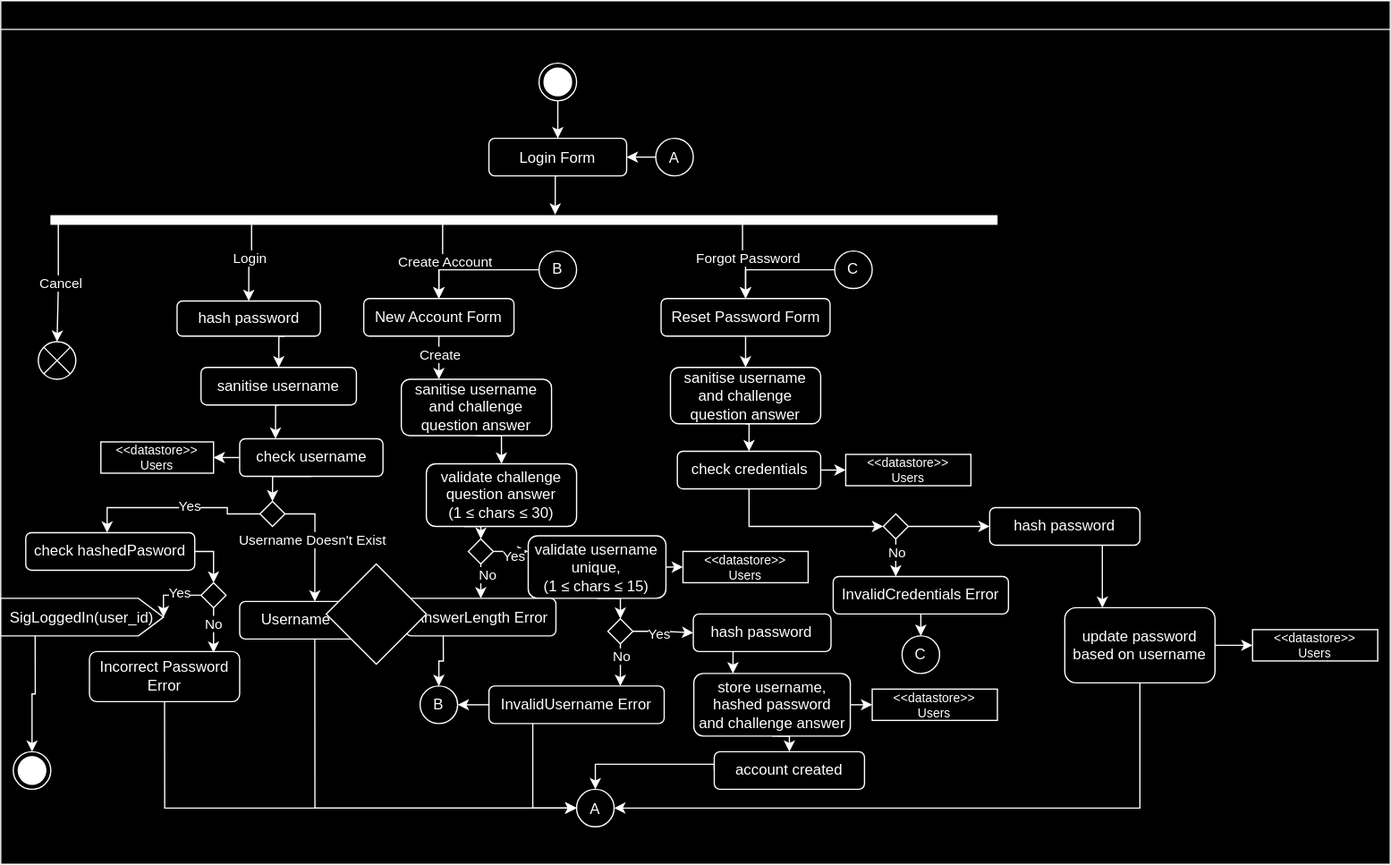
The draw.io diagram Documentation/images/design/Login_System.svg in JCSnelson/JSnelson-NEA, before a commit. Source tidied: cells renumbered, new cells last; positions are measured from the earlier drawing's top-left corner, leaving out a move shared by most shapes.
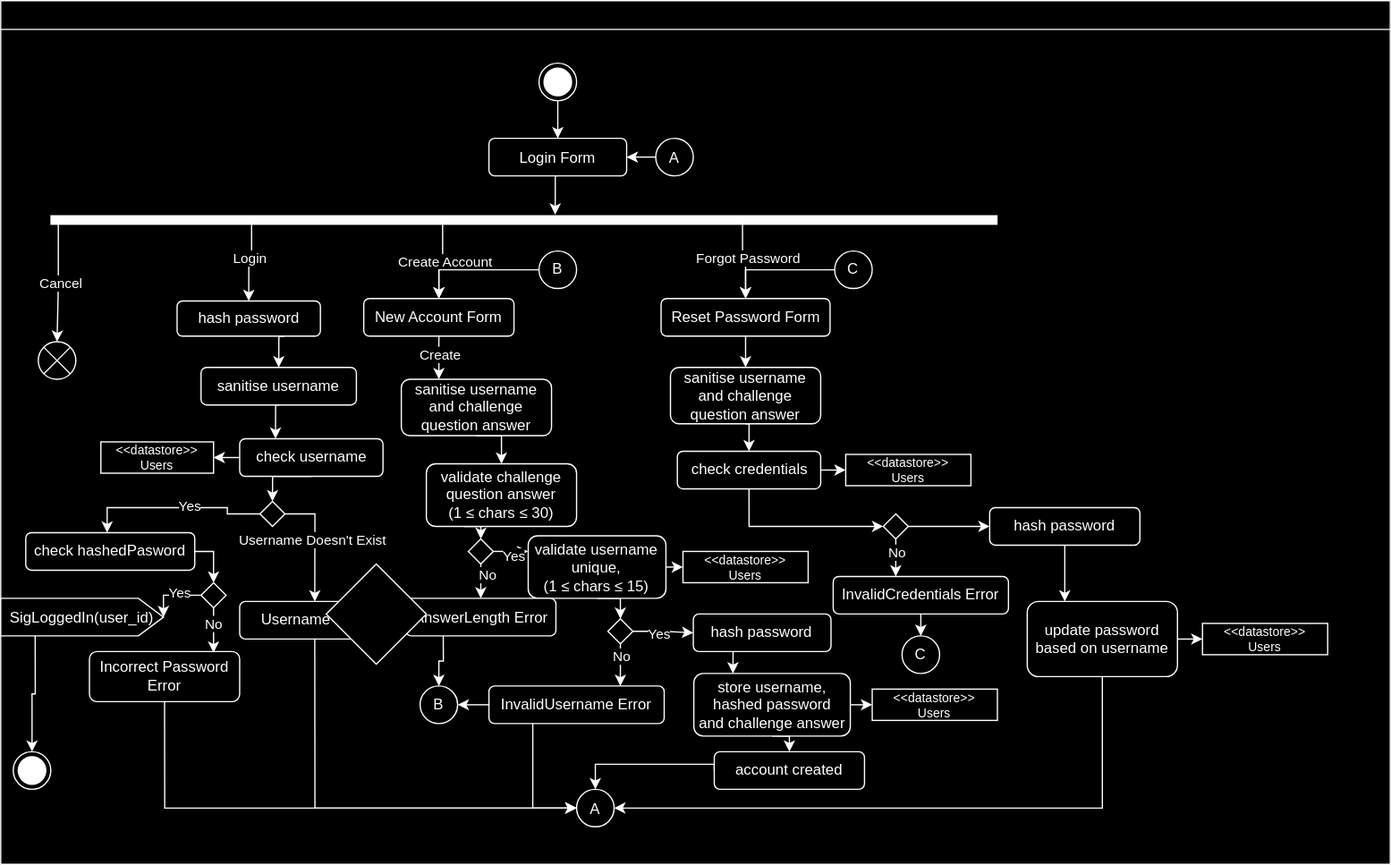
Later version of the same file.

What changed in the source:
```diff
@@ -255,7 +255,7 @@
     <mxCell id="80" value="B" style="ellipse;whiteSpace=wrap;html=1;" parent="2" vertex="1">
       <mxGeometry x="335" y="547.5" width="30" height="30" as="geometry" />
     </mxCell>
-    <mxCell id="81" style="edgeStyle=orthogonalEdgeStyle;rounded=0;jettySize=auto;html=1;exitX=0.75;exitY=1;exitDx=0;exitDy=0;entryX=0.25;entryY=0;entryDx=0;entryDy=0;" parent="2" edge="1" source="82" target="94">
+    <mxCell id="81" style="edgeStyle=orthogonalEdgeStyle;rounded=0;jettySize=auto;html=1;exitX=0.5;exitY=1;exitDx=0;exitDy=0;entryX=0.25;entryY=0;entryDx=0;entryDy=0;" parent="2" edge="1" source="82" target="94">
       <mxGeometry relative="1" as="geometry" />
     </mxCell>
     <mxCell id="82" value="hash password" style="rounded=1;whiteSpace=wrap;html=1;" parent="2" vertex="1">
@@ -295,7 +295,7 @@
       <mxGeometry relative="1" as="geometry" />
     </mxCell>
     <mxCell id="94" value="update password based on username" style="rounded=1;whiteSpace=wrap;html=1;" parent="2" vertex="1">
-      <mxGeometry x="850" y="485" width="120" height="60" as="geometry" />
+      <mxGeometry x="820" y="480" width="120" height="60" as="geometry" />
     </mxCell>
     <mxCell id="95" style="edgeStyle=orthogonalEdgeStyle;rounded=0;jettySize=auto;html=1;exitX=0.5;exitY=1;exitDx=0;exitDy=0;entryX=0;entryY=0.5;entryDx=0;entryDy=0;" parent="2" edge="1" source="96" target="28">
       <mxGeometry relative="1" as="geometry" />
@@ -331,7 +331,7 @@
       <mxGeometry x="-0.28" y="-3" relative="1" as="geometry" />
     </mxCell>
     <mxCell id="106" value="&lt;div style=&quot;font-size: 10px;&quot;&gt;&lt;font style=&quot;font-size: 10px;&quot;&gt;&amp;lt;&amp;lt;datastore&amp;gt;&amp;gt;&lt;/font&gt;&lt;/div&gt;&lt;div style=&quot;font-size: 10px;&quot;&gt;&lt;font style=&quot;font-size: 10px;&quot;&gt;Users&lt;br&gt;&lt;/font&gt;&lt;/div&gt;" style="rounded=0;whiteSpace=wrap;html=1;" parent="2" vertex="1">
-      <mxGeometry x="1000" y="502.5" width="100" height="25" as="geometry" />
+      <mxGeometry x="960" y="497.5" width="100" height="25" as="geometry" />
     </mxCell>
     <mxCell id="107" style="rhombus;whiteSpace=wrap;html=1;" parent="1" vertex="1">
       <mxGeometry x="260" y="653" width="80" height="80" as="geometry" />
```
